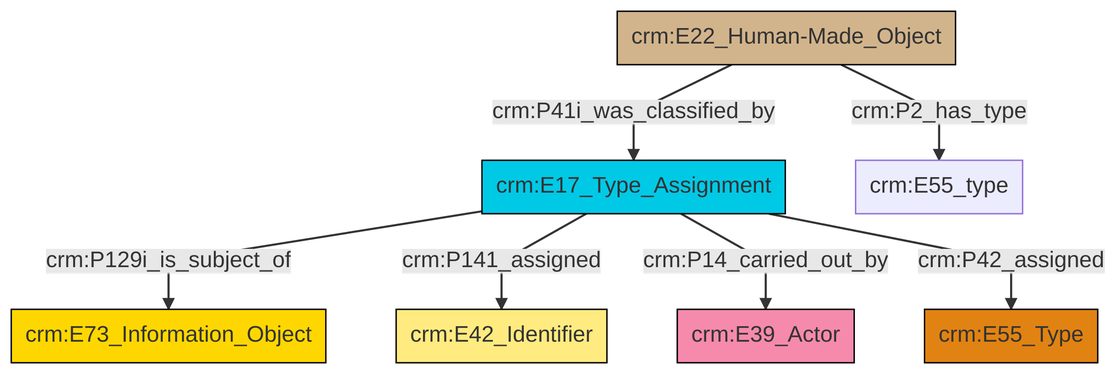
Before: et/builtWorkCSV/ttl/mmd/png/Built_Work_designation_status.png, a diagram exported from Mermaid (swiss-art-research-net/docs.swissartresearch). Its source is kept beside it as et/builtWorkCSV/ttl/mmd/Built_Work_designation_status.ttl.mmd.
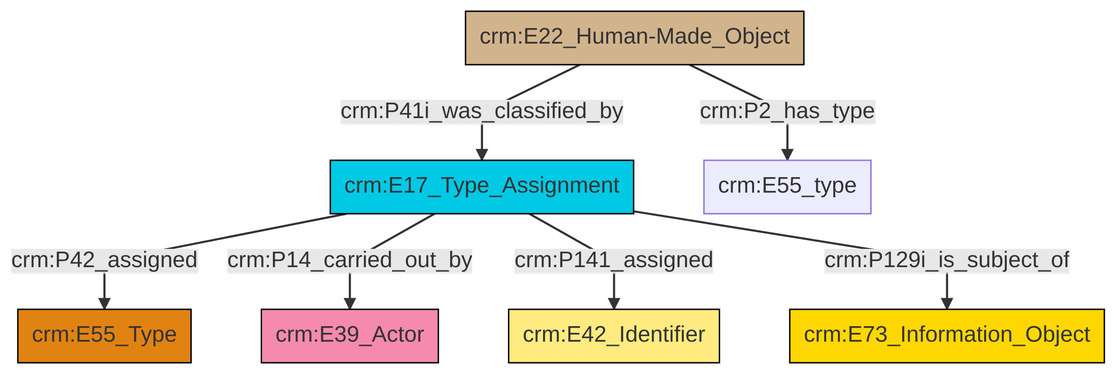
The same diagram one commit later.

What changed in the source:
```diff
@@ -13,9 +13,9 @@
 classDef PC_Classes fill:#4ce600, stroke:#000000;
 classDef Multi fill:#cccccc,stroke:#000000;
 
-0["crm:E17_Type_Assignment"]:::Temporal_Entity -->|crm:P129i_is_subject_of| 4["crm:E73_Information_Object"]:::Conceptual_Object
-0["crm:E17_Type_Assignment"]:::Temporal_Entity -->|crm:P141_assigned| 5["crm:E42_Identifier"]:::Appellation
-0["crm:E17_Type_Assignment"]:::Temporal_Entity -->|crm:P14_carried_out_by| 8["crm:E39_Actor"]:::Actor
-0["crm:E17_Type_Assignment"]:::Temporal_Entity -->|crm:P42_assigned| 2["crm:E55_Type"]:::Type
-6["crm:E22_Human-Made_Object"]:::Physical_Thing -->|crm:P41i_was_classified_by| 0["crm:E17_Type_Assignment"]:::Temporal_Entity
-6["crm:E22_Human-Made_Object"]:::Physical_Thing -->|crm:P2_has_type| 9["crm:E55_type"]:::Default
+7["crm:E17_Type_Assignment"]:::Temporal_Entity -->|crm:P42_assigned| 0["crm:E55_Type"]:::Type
+8["crm:E22_Human-Made_Object"]:::Physical_Thing -->|crm:P2_has_type| 9["crm:E55_type"]:::Default
+7["crm:E17_Type_Assignment"]:::Temporal_Entity -->|crm:P14_carried_out_by| 5["crm:E39_Actor"]:::Actor
+7["crm:E17_Type_Assignment"]:::Temporal_Entity -->|crm:P141_assigned| 3["crm:E42_Identifier"]:::Appellation
+8["crm:E22_Human-Made_Object"]:::Physical_Thing -->|crm:P41i_was_classified_by| 7["crm:E17_Type_Assignment"]:::Temporal_Entity
+7["crm:E17_Type_Assignment"]:::Temporal_Entity -->|crm:P129i_is_subject_of| 13["crm:E73_Information_Object"]:::Conceptual_Object
```
